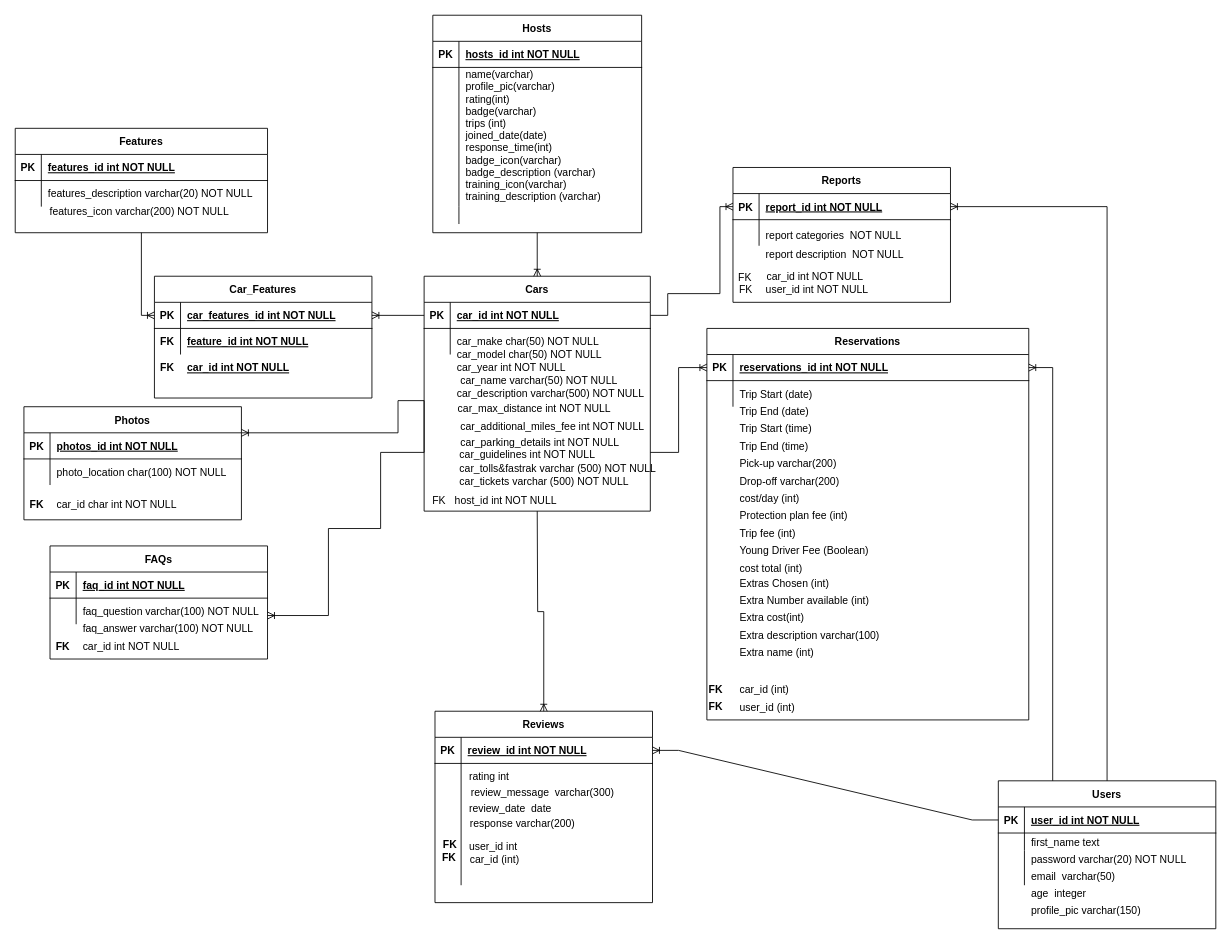
The draw.io diagram page "ERD" (1 of 2) of Untitled Diagram.drawio in crose275/fec-turo, before the edit. Source tidied: cells renumbered, new cells numbered last; positions are measured from the earlier drawing's top-left corner, leaving out a move shared by most shapes. Both pictures are drawn from the tidied source at 87%, with x=0, y=0 at pixel (15, 15).
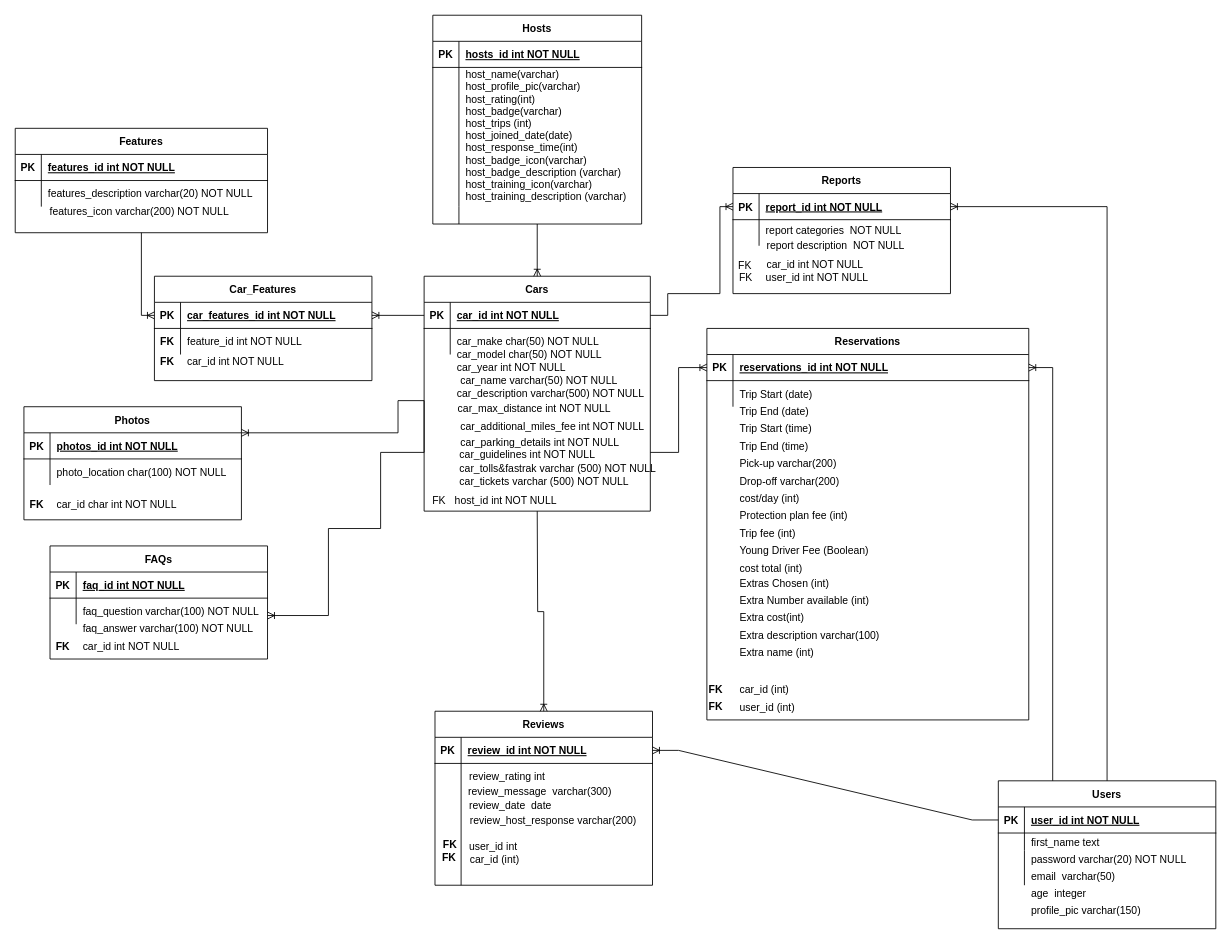
The same page after the edit.

The change refers to these unchanged cells:
```xml
<mxCell id="16" style="shape=partialRectangle;fillColor=none;top=0;left=0;right=0;bottom=0;" parent="12" vertex="1">
  <mxGeometry y="60" width="240" height="160" as="geometry" />
</mxCell>
```

Diff of the diagram source:
```diff
@@
     <mxCell id="12" value="Hosts" style="shape=table;startSize=30;childLayout=tableLayout;rowLines=0;fontStyle=1;align=center;" parent="1" vertex="1">
-      <mxGeometry x="480" width="240" height="250" as="geometry" />
+      <mxGeometry x="480" width="240" height="240" as="geometry" />
     </mxCell>
@@
-    <mxCell id="18" value="name(varchar)&#10;profile_pic(varchar)&#10;rating(int)&#10;badge(varchar)&#10;trips (int)&#10;joined_date(date)&#10;response_time(int)&#10;badge_icon(varchar)&#10;badge_description (varchar)&#10;training_icon(varchar)&#10;training_description (varchar)&#10;" style="shape=partialRectangle;overflow=hidden;fillColor=none;top=0;left=0;bottom=0;right=0;align=left;spacingLeft=6;" parent="16" vertex="1">
+    <mxCell id="18" value="host_name(varchar)&#10;host_profile_pic(varchar)&#10;host_rating(int)&#10;host_badge(varchar)&#10;host_trips (int)&#10;host_joined_date(date)&#10;host_response_time(int)&#10;host_badge_icon(varchar)&#10;host_badge_description (varchar)&#10;host_training_icon(varchar)&#10;host_training_description (varchar)&#10;" style="shape=partialRectangle;overflow=hidden;fillColor=none;top=0;left=0;bottom=0;right=0;align=left;spacingLeft=6;" parent="16" vertex="1">
       <mxGeometry x="30" width="210" height="160" as="geometry" />
     </mxCell>
@@
     <mxCell id="29" value="Reviews" style="shape=table;startSize=30;childLayout=tableLayout;rowLines=0;fontStyle=1;align=center;" parent="1" vertex="1">
-      <mxGeometry x="482.5" y="800" width="250" height="220" as="geometry" />
+      <mxGeometry x="482.5" y="800" width="250" height="200" as="geometry" />
     </mxCell>
@@
     <mxCell id="53" value="Reports" style="shape=table;startSize=30;childLayout=tableLayout;rowLines=0;fontStyle=1;align=center;" parent="1" vertex="1">
-      <mxGeometry x="825" y="175" width="250" height="155" as="geometry" />
+      <mxGeometry x="825" y="175" width="250" height="145" as="geometry" />
     </mxCell>
@@
     <mxCell id="65" value="Car_Features" style="shape=table;startSize=30;childLayout=tableLayout;rowLines=0;fontStyle=1;align=center;" parent="1" vertex="1">
-      <mxGeometry x="160" y="300" width="250" height="140" as="geometry" />
+      <mxGeometry x="160" y="300" width="250" height="120" as="geometry" />
     </mxCell>
@@
-    <mxCell id="73" value="feature_id int NOT NULL " style="shape=partialRectangle;overflow=hidden;fillColor=none;top=0;left=0;bottom=0;right=0;align=left;spacingLeft=6;fontStyle=5;" parent="1" vertex="1">
+    <mxCell id="73" value="feature_id int NOT NULL " style="shape=partialRectangle;overflow=hidden;fillColor=none;top=0;left=0;bottom=0;right=0;align=left;spacingLeft=6;fontStyle=0;" parent="1" vertex="1">
       <mxGeometry x="190" y="360" width="220" height="30" as="geometry" />
     </mxCell>
     <mxCell id="74" value="FK" style="shape=partialRectangle;overflow=hidden;fillColor=none;top=0;left=0;bottom=0;right=0;fontStyle=1;" parent="1" vertex="1">
-      <mxGeometry x="160" y="390" width="30" height="30" as="geometry" />
+      <mxGeometry x="160" y="382" width="30" height="30" as="geometry" />
     </mxCell>
-    <mxCell id="75" value="car_id int NOT NULL " style="shape=partialRectangle;overflow=hidden;fillColor=none;top=0;left=0;bottom=0;right=0;align=left;spacingLeft=6;fontStyle=5;" parent="1" vertex="1">
-      <mxGeometry x="190" y="390" width="220" height="30" as="geometry" />
+    <mxCell id="75" value="car_id int NOT NULL " style="shape=partialRectangle;overflow=hidden;fillColor=none;top=0;left=0;bottom=0;right=0;align=left;spacingLeft=6;fontStyle=0;" parent="1" vertex="1">
+      <mxGeometry x="190" y="382" width="220" height="30" as="geometry" />
     </mxCell>
@@
-    <mxCell id="115" style="shape=partialRectangle;fillColor=none;top=0;left=0;right=0;bottom=0;" parent="1" vertex="1">
-      <mxGeometry x="720" y="950" width="250" height="20" as="geometry" />
-    </mxCell>
-    <mxCell id="116" style="shape=partialRectangle;overflow=hidden;fillColor=none;top=0;left=0;bottom=0;right=0;" parent="115" vertex="1">
-      <mxGeometry width="30" height="20" as="geometry" />
-    </mxCell>
-    <mxCell id="117" style="shape=partialRectangle;overflow=hidden;fillColor=none;top=0;left=0;bottom=0;right=0;align=left;spacingLeft=6;" parent="115" vertex="1">
-      <mxGeometry x="30" width="220" height="20" as="geometry" />
-    </mxCell>
@@
-    <mxCell id="144" value="rating int" style="shape=partialRectangle;overflow=hidden;fillColor=none;top=0;left=0;bottom=0;right=0;align=left;spacingLeft=6;" parent="1" vertex="1">
-      <mxGeometry x="514" y="860" width="340" height="30" as="geometry" />
+    <mxCell id="144" value="review_rating int" style="shape=partialRectangle;overflow=hidden;fillColor=none;top=0;left=0;bottom=0;right=0;align=left;spacingLeft=6;" parent="1" vertex="1">
+      <mxGeometry x="514" y="860" width="196" height="30" as="geometry" />
     </mxCell>
@@
     <mxCell id="146" value="review_date  date" style="shape=partialRectangle;overflow=hidden;fillColor=none;top=0;left=0;bottom=0;right=0;align=left;spacingLeft=6;" parent="1" vertex="1">
-      <mxGeometry x="514" y="896" width="340" height="30" as="geometry" />
+      <mxGeometry x="514" y="893" width="206" height="30" as="geometry" />
     </mxCell>
     <mxCell id="147" value="user_id int NOT NULL " style="shape=partialRectangle;overflow=hidden;fillColor=none;top=0;left=0;bottom=0;right=0;align=left;spacingLeft=6;fontStyle=0;" parent="1" vertex="1">
-      <mxGeometry x="855" y="300" width="220" height="30" as="geometry" />
+      <mxGeometry x="855" y="286" width="220" height="30" as="geometry" />
     </mxCell>
     <mxCell id="148" value="user_id int" style="shape=partialRectangle;overflow=hidden;fillColor=none;top=0;left=0;bottom=0;right=0;align=left;spacingLeft=6;" parent="1" vertex="1">
-      <mxGeometry x="514" y="940" width="340" height="30" as="geometry" />
+      <mxGeometry x="514" y="940" width="206" height="30" as="geometry" />
     </mxCell>
     <mxCell id="149" value="FK" style="shape=partialRectangle;overflow=hidden;fillColor=none;top=0;left=0;bottom=0;right=0;" parent="1" vertex="1">
-      <mxGeometry x="825" y="300" width="30" height="30" as="geometry" />
+      <mxGeometry x="825" y="286" width="30" height="30" as="geometry" />
     </mxCell>
@@
     <mxCell id="151" value="report categories  NOT NULL " style="shape=partialRectangle;overflow=hidden;fillColor=none;top=0;left=0;bottom=0;right=0;align=left;spacingLeft=6;fontStyle=0;" parent="1" vertex="1">
-      <mxGeometry x="855" y="237.5" width="220" height="30" as="geometry" />
+      <mxGeometry x="855" y="232.5" width="220" height="30" as="geometry" />
     </mxCell>
     <mxCell id="152" value="report description  NOT NULL " style="shape=partialRectangle;overflow=hidden;fillColor=none;top=0;left=0;bottom=0;right=0;align=left;spacingLeft=6;fontStyle=0;" parent="1" vertex="1">
-      <mxGeometry x="855" y="260" width="220" height="30" as="geometry" />
+      <mxGeometry x="856" y="249" width="220" height="30" as="geometry" />
     </mxCell>
-    <mxCell id="153" value="response varchar(200)" style="shape=partialRectangle;overflow=hidden;fillColor=none;top=0;left=0;bottom=0;right=0;align=left;spacingLeft=6;" parent="1" vertex="1">
-      <mxGeometry x="515" y="914" width="340" height="30" as="geometry" />
+    <mxCell id="153" value="review_host_response varchar(200)" style="shape=partialRectangle;overflow=hidden;fillColor=none;top=0;left=0;bottom=0;right=0;align=left;spacingLeft=6;" parent="1" vertex="1">
+      <mxGeometry x="515" y="910" width="205" height="30" as="geometry" />
     </mxCell>
     <mxCell id="154" value="car_id int NOT NULL " style="shape=partialRectangle;overflow=hidden;fillColor=none;top=0;left=0;bottom=0;right=0;align=left;spacingLeft=6;fontStyle=0;" parent="1" vertex="1">
-      <mxGeometry x="856" y="285" width="220" height="30" as="geometry" />
+      <mxGeometry x="856" y="271" width="220" height="30" as="geometry" />
     </mxCell>
     <mxCell id="155" value="FK" style="shape=partialRectangle;overflow=hidden;fillColor=none;top=0;left=0;bottom=0;right=0;" parent="1" vertex="1">
-      <mxGeometry x="824" y="286" width="30" height="30" as="geometry" />
+      <mxGeometry x="824" y="272" width="30" height="30" as="geometry" />
     </mxCell>
@@
     <mxCell id="157" value="car_id (int)" style="shape=partialRectangle;overflow=hidden;fillColor=none;top=0;left=0;bottom=0;right=0;align=left;spacingLeft=6;" parent="1" vertex="1">
-      <mxGeometry x="515" y="955" width="340" height="30" as="geometry" />
+      <mxGeometry x="515" y="955" width="215" height="30" as="geometry" />
     </mxCell>
@@
     <mxCell id="159" value="review_message  varchar(300)" style="shape=partialRectangle;overflow=hidden;fillColor=none;top=0;left=0;bottom=0;right=0;align=left;spacingLeft=6;" parent="1" vertex="1">
-      <mxGeometry x="516" y="878" width="340" height="30" as="geometry" />
+      <mxGeometry x="513" y="877" width="204" height="30" as="geometry" />
     </mxCell>
```
